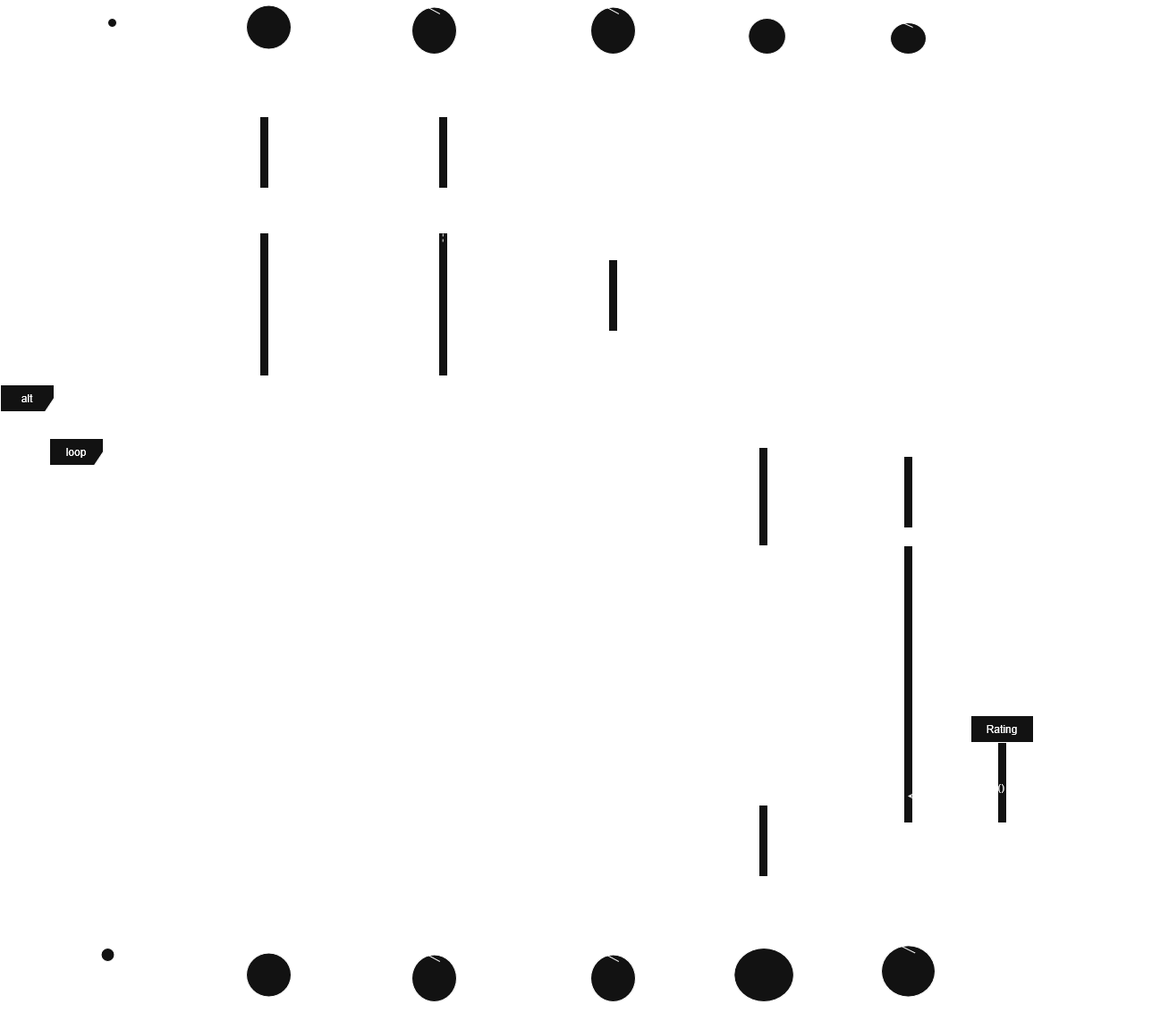
Earlier version of the draw.io export docs/M7/assets/diagram/SequenceUC10Alt1.png (WimarW/IF2150-RPL-K03-G09). Source tidied: cells renumbered, new cells last; positions are measured from the earlier drawing's top-left corner, leaving out a move shared by most shapes.
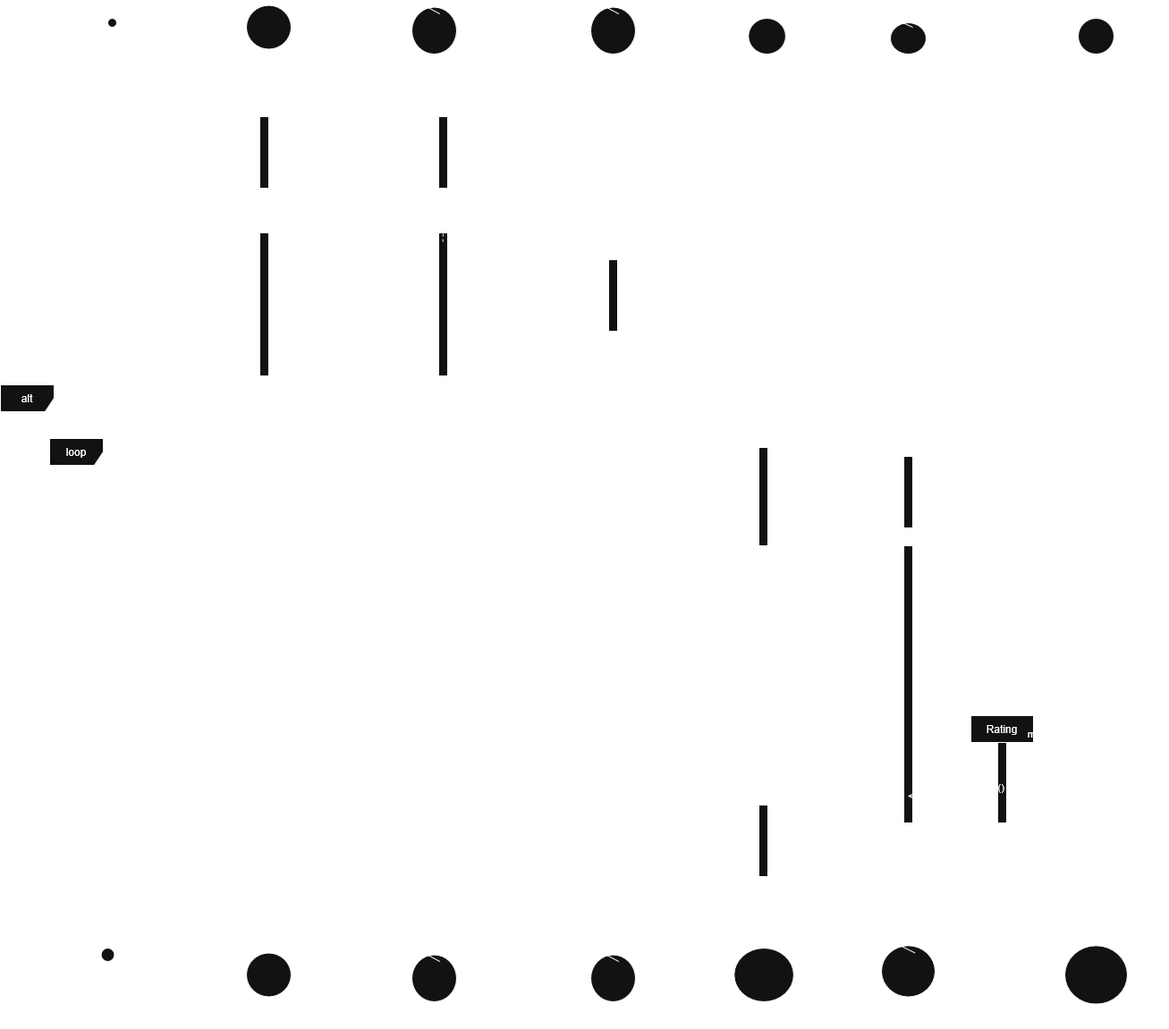
After the change.

What changed in the source:
```diff
@@ -194,7 +194,7 @@
       </mxGeometry>
     </mxCell>
     <mxCell id="42" value="loop" style="shape=umlFrame;whiteSpace=wrap;html=1;" parent="1" vertex="1">
-      <mxGeometry x="55" y="490" width="1210" height="290" as="geometry" />
+      <mxGeometry x="55" y="490" width="1210" height="275" as="geometry" />
     </mxCell>
     <mxCell id="43" value="&lt;font style=&quot;font-size: 10px;&quot;&gt;[Not(validateRatingValue(rating))]&lt;/font&gt;" style="text;whiteSpace=wrap;html=1;" parent="1" vertex="1">
       <mxGeometry x="55" y="520" width="180" height="40" as="geometry" />
@@ -216,14 +216,6 @@
     <mxCell id="47" style="html=1;points=[[0,0,0,0,5],[0,1,0,0,-5],[1,0,0,0,5],[1,1,0,0,-5]];perimeter=orthogonalPerimeter;outlineConnect=0;targetShapes=umlLifeline;portConstraint=eastwest;newEdgeStyle={&quot;edgeStyle&quot;:&quot;sequenceEdgeStyle&quot;,&quot;libavoidRouting&quot;:0,&quot;curved&quot;:0,&quot;rounded&quot;:0};" parent="1" vertex="1">
       <mxGeometry x="1115" y="830" width="10" height="90" as="geometry" />
     </mxCell>
-    <mxCell id="48" value="&lt;font style=&quot;font-size: 9px;&quot;&gt;simpanRating(rating)&lt;/font&gt;" style="html=1;verticalAlign=bottom;endArrow=block;edgeStyle=sequenceEdgeStyle;libavoidRouting=0;curved=0;rounded=0;defaultLabelBackgroundColor=gap;" parent="1" edge="1" target="47">
-      <mxGeometry x="-0.05" relative="1" as="geometry">
-        <mxPoint x="1020" y="850" as="sourcePoint" />
-        <Array as="points">
-          <mxPoint x="1060" y="850" />
-        </Array>
-      </mxGeometry>
-    </mxCell>
     <mxCell id="49" value="konfirmasiSimpan()" style="html=1;verticalAlign=bottom;endArrow=open;dashed=1;endSize=8;edgeStyle=sequenceEdgeStyle;libavoidRouting=0;curved=0;rounded=0;defaultLabelBackgroundColor=gap;" parent="1" edge="1" target="29">
       <mxGeometry x="-0.2" relative="1" as="geometry">
         <mxPoint x="1115" y="890" as="sourcePoint" />
@@ -282,5 +274,39 @@
     <mxCell id="64" style="ellipse;shape=umlControl;whiteSpace=wrap;html=1;" parent="1" vertex="1">
       <mxGeometry x="985" y="1049" width="60" height="65.5" as="geometry" />
     </mxCell>
+    <mxCell id="65" value="simpanRating()" style="html=1;verticalAlign=bottom;endArrow=block;edgeStyle=sequenceEdgeStyle;libavoidRouting=0;curved=0;rounded=0;defaultLabelBackgroundColor=gap;" parent="1" edge="1" source="47" target="66">
+      <mxGeometry x="-0.12" relative="1" as="geometry">
+        <Array as="points">
+          <mxPoint x="1159.8" y="870" />
+        </Array>
+      </mxGeometry>
+    </mxCell>
+    <mxCell id="66" style="shape=umlLifeline;perimeter=lifelinePerimeter;whiteSpace=wrap;html=1;outlineConnect=0;portConstraint=eastwest;newEdgeStyle={&quot;edgeStyle&quot;:&quot;sequenceEdgeStyle&quot;,&quot;libavoidRouting&quot;:0,&quot;curved&quot;:0,&quot;rounded&quot;:0};participant=umlEntity;" parent="1" vertex="1">
+      <mxGeometry x="1205" y="20" width="40" height="1040" as="geometry" />
+    </mxCell>
+    <mxCell id="67" style="ellipse;shape=umlEntity;whiteSpace=wrap;html=1;" parent="1" vertex="1">
+      <mxGeometry x="1190" y="1057.2" width="70" height="65.5" as="geometry" />
+    </mxCell>
+    <mxCell id="68" value="Rating" style="text;html=1;whiteSpace=wrap;strokeColor=none;fillColor=none;align=center;verticalAlign=middle;rounded=0;" parent="1" vertex="1">
+      <mxGeometry x="1195" y="1120" width="60" height="30" as="geometry" />
+    </mxCell>
+    <mxCell id="69" value="Rating" style="text;html=1;whiteSpace=wrap;strokeColor=none;fillColor=none;align=center;verticalAlign=middle;rounded=0;" parent="1" vertex="1">
+      <mxGeometry x="1195" y="54.5" width="60" height="30" as="geometry" />
+    </mxCell>
+    <mxCell id="70" value="rating" style="html=1;verticalAlign=bottom;endArrow=open;dashed=1;endSize=8;edgeStyle=sequenceEdgeStyle;libavoidRouting=0;curved=0;rounded=0;defaultLabelBackgroundColor=gap;" parent="1" edge="1" source="44" target="66">
+      <mxGeometry x="-0.62" relative="1" as="geometry">
+        <Array as="points">
+          <mxPoint x="1047.5" y="790" />
+        </Array>
+      </mxGeometry>
+    </mxCell>
+    <mxCell id="71" value="makeRating(rating)" style="html=1;verticalAlign=bottom;endArrow=block;edgeStyle=sequenceEdgeStyle;libavoidRouting=0;curved=0;rounded=0;defaultLabelBackgroundColor=gap;entryX=1;entryY=1;entryDx=0;entryDy=0;" parent="1" edge="1" source="66" target="46">
+      <mxGeometry x="-0.15" relative="1" as="geometry">
+        <Array as="points">
+          <mxPoint x="1204.8" y="830" />
+        </Array>
+        <mxPoint x="-1" as="offset" />
+      </mxGeometry>
+    </mxCell>
   </root>
 </mxGraphModel>
```
